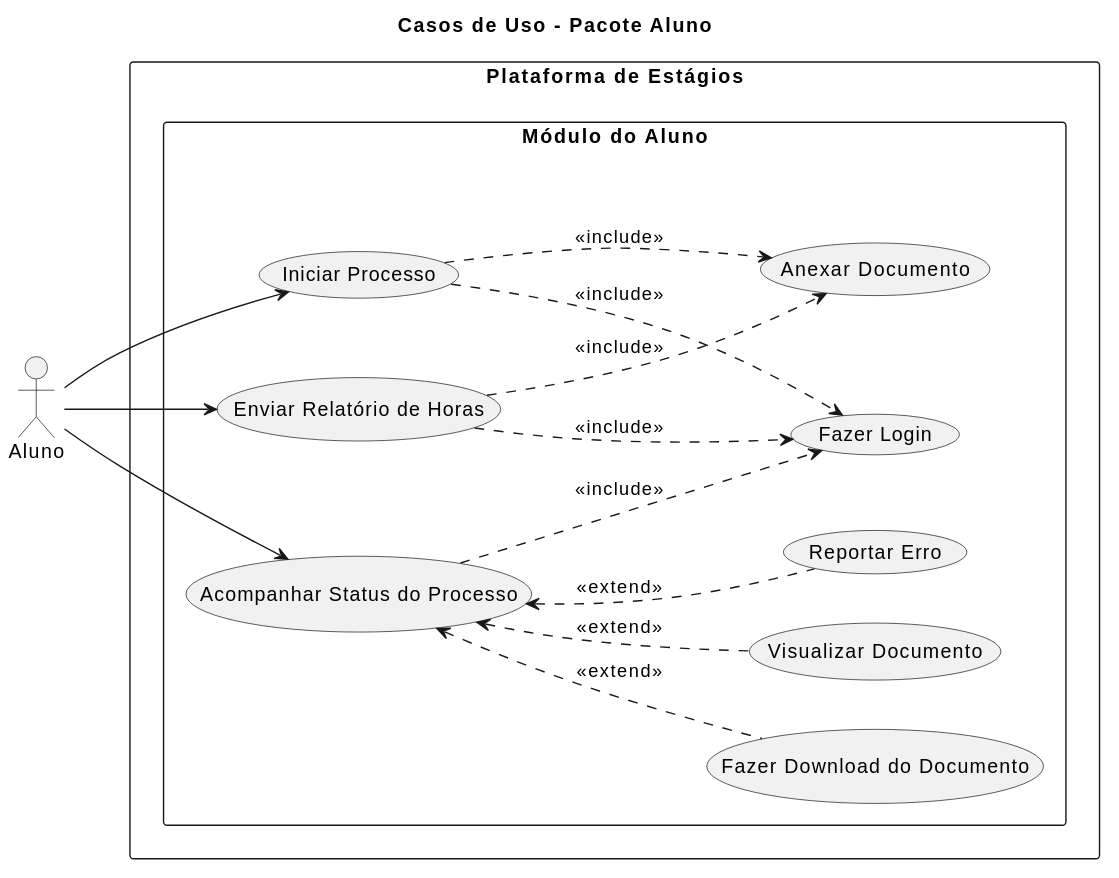
Projetos-de-Extensao/PBE_26.1_8002_III keeps this PlantUML diagram as docs/assets/Diagramas/out/casos_de_uso_aluno.svg. Above is the earlier version.
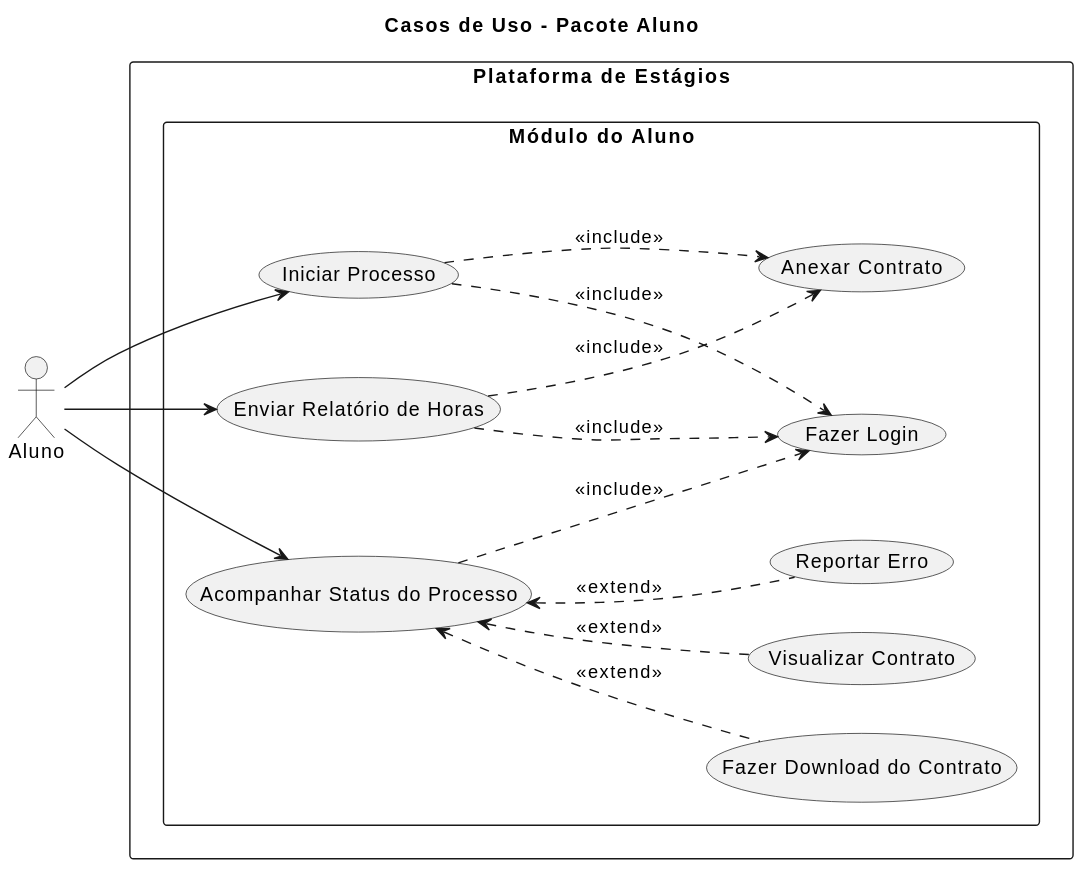
After the change.

The edit, as a diff of the source:
```diff
@@ -9,14 +9,14 @@
 
 package "Módulo do Aluno" {
 usecase "Fazer Login" as login
-usecase "Anexar Documento" as enviar
+usecase "Anexar Contrato" as enviar
 
 usecase "Iniciar Processo" as iniciar
 usecase "Enviar Relatório de Horas" as enviarHoras
 usecase "Acompanhar Status do Processo" as acompanhar
 
-usecase "Fazer Download do Documento" as download
-usecase "Visualizar Documento" as visualizarDoc
+usecase "Fazer Download do Contrato" as download
+usecase "Visualizar Contrato" as visualizarDoc
 usecase "Reportar Erro" as reportarErro
 }
 
```
